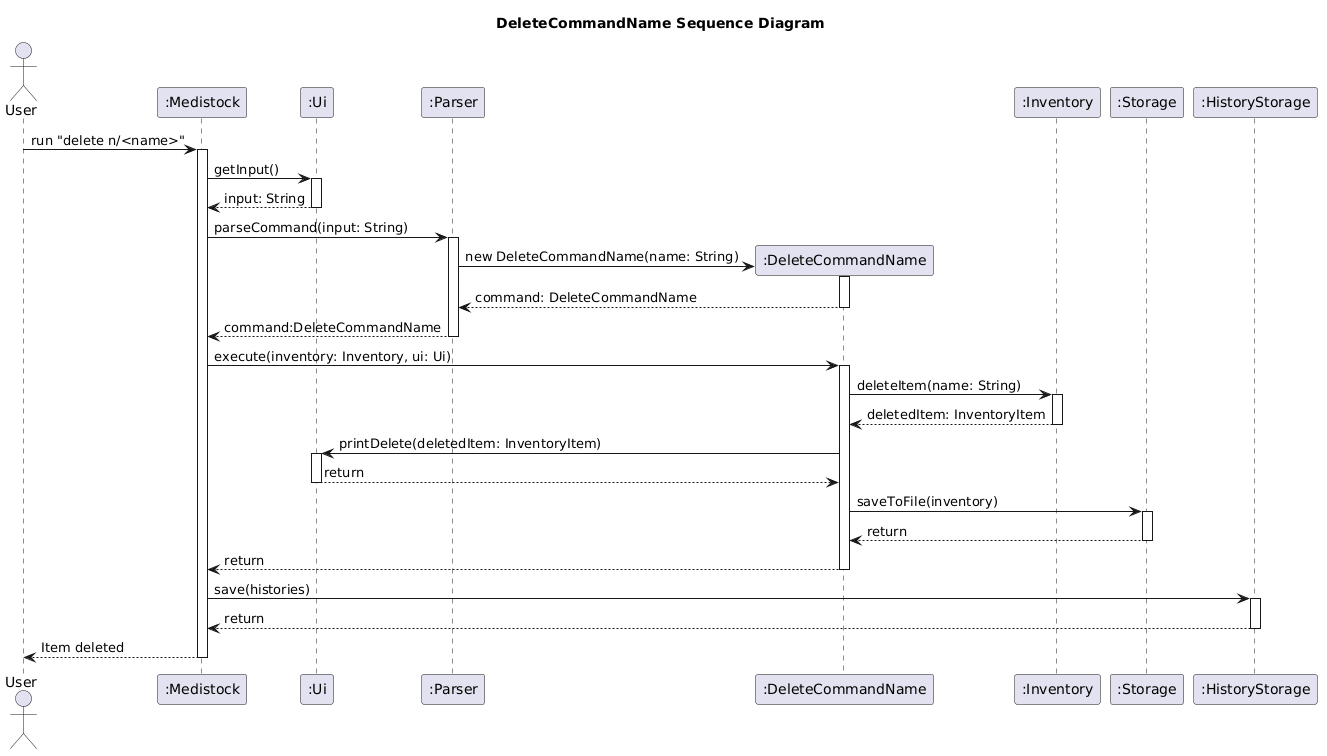
Above: docs/diagrams/DeleteCommandName_SequenceDiagram.png in Yonish18/tp (PlantUML), before the change.
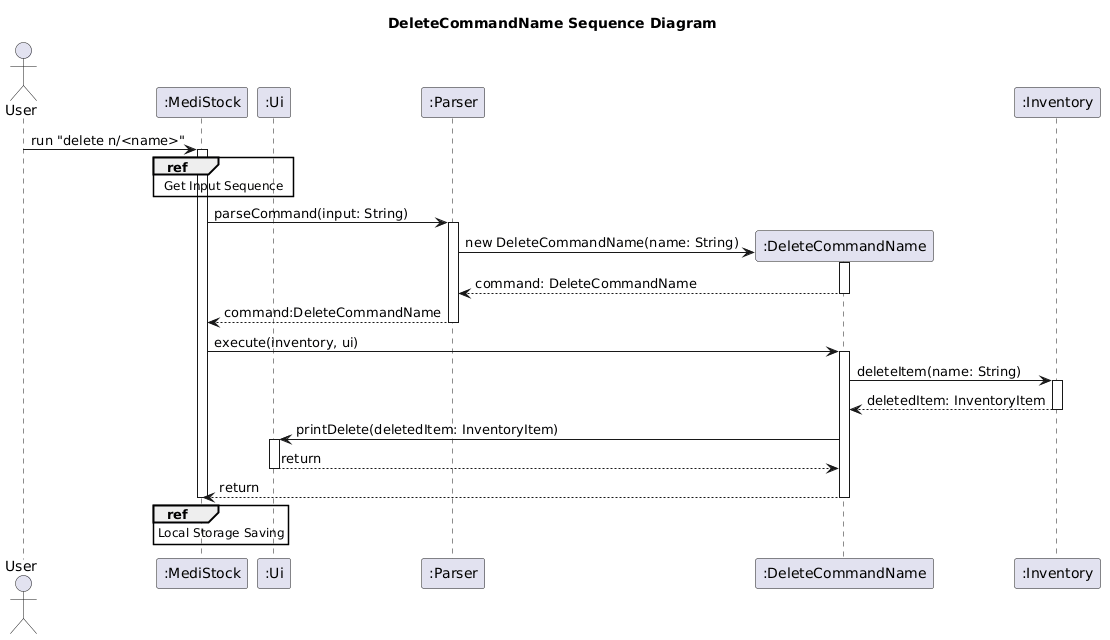
After the change.

The edit, as a diff of the source:
```diff
@@ -2,21 +2,17 @@
 title DeleteCommandName Sequence Diagram
 
 actor User
-participant ":Medistock" as App
+participant ":MediStock" as App
 participant ":Ui" as Ui
 participant ":Parser" as Parser
 participant ":DeleteCommandName" as DeleteCommandName
 participant ":Inventory" as Inventory
-participant ":Storage" as Storage
-participant ":HistoryStorage" as HistoryStorage
 
 User -> App : run "delete n/<name>"
 activate App
-
-App -> Ui : getInput()
-activate Ui
-Ui --> App : input: String
-deactivate Ui
+ref over App, Ui
+    Get Input Sequence
+end
 
 App -> Parser : parseCommand(input: String)
 activate Parser
@@ -30,7 +26,7 @@
 Parser --> App : command:DeleteCommandName
 deactivate Parser
 
-App -> DeleteCommandName : execute(inventory: Inventory, ui: Ui)
+App -> DeleteCommandName : execute(inventory, ui)
 activate DeleteCommandName
 
 DeleteCommandName -> Inventory : deleteItem(name: String)
@@ -44,19 +40,11 @@
 Ui --> DeleteCommandName : return
 deactivate Ui
 
-DeleteCommandName -> Storage : saveToFile(inventory)
-activate Storage
-Storage --> DeleteCommandName : return
-deactivate Storage
-
 DeleteCommandName --> App : return
 deactivate DeleteCommandName
 
-App -> HistoryStorage : save(histories)
-activate HistoryStorage
-HistoryStorage --> App : return
-deactivate HistoryStorage
-
-App --> User : Item deleted
+ref over App
+    Local Storage Saving
+end
 deactivate App
 @enduml
```
